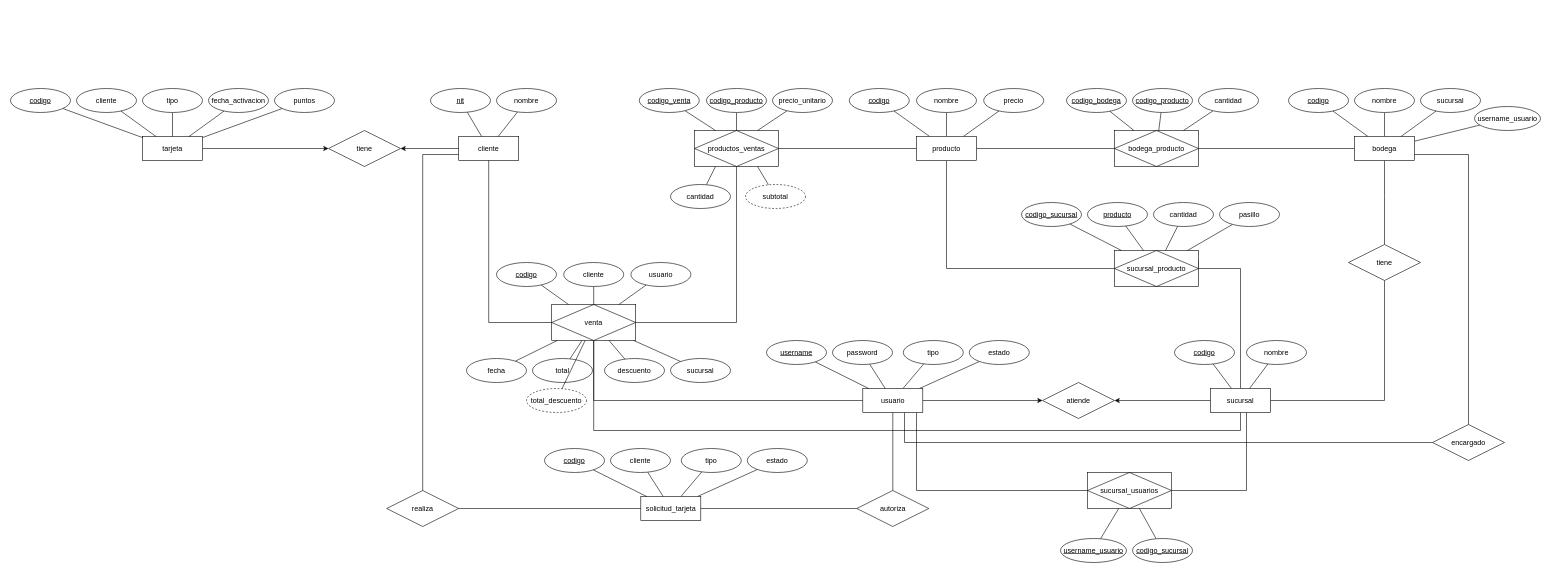
The draw.io diagram documentacion/ER GameProXela.drawio in luisbaquiax/GamerProXela, before the edit. Source tidied: cells renumbered, new cells numbered last; positions are measured from the earlier drawing's top-left corner, leaving out a move shared by most shapes. Both pictures are drawn from the tidied source at 60%, with x=0, y=0 at pixel (10, 88).
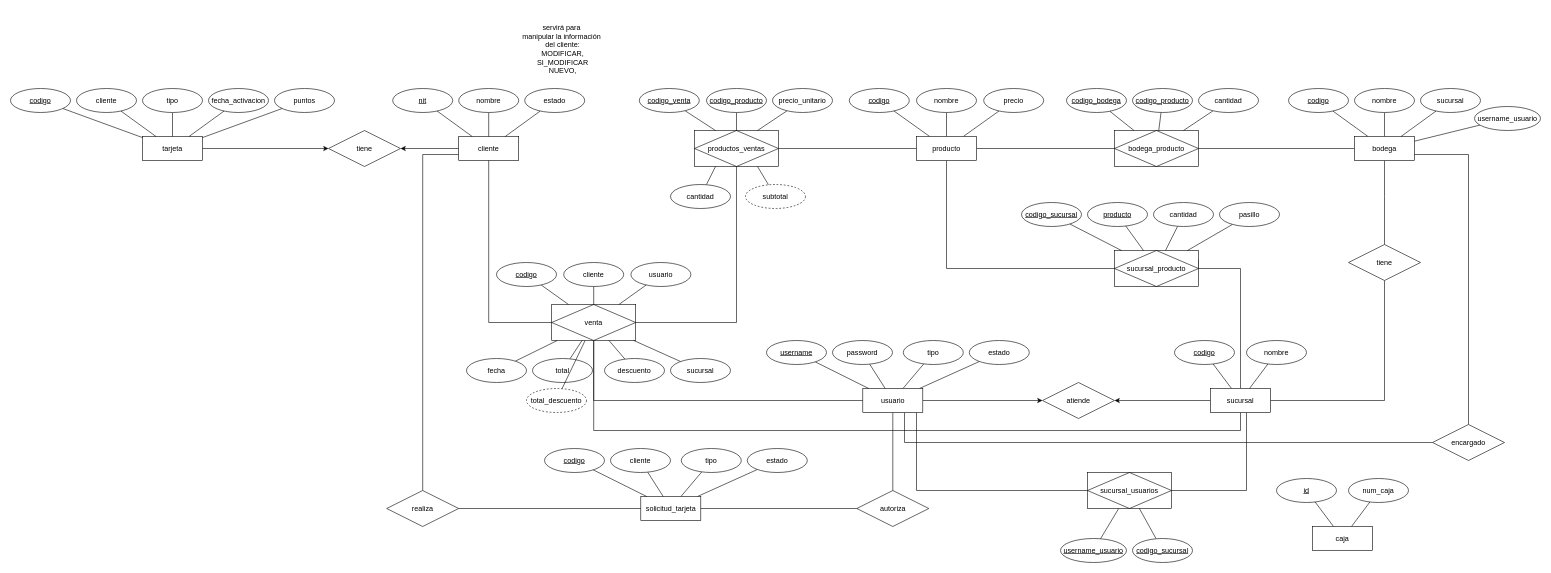
After the change.

The change refers to these unchanged cells:
```xml
<mxCell id="7" value="cliente" style="whiteSpace=wrap;html=1;align=center;" parent="1" vertex="1">
  <mxGeometry x="747" y="80" width="100" height="40" as="geometry" />
</mxCell>
```

What changed in the source:
```diff
@@
     <mxCell id="30" value="nit" style="ellipse;whiteSpace=wrap;html=1;align=center;fontStyle=4;" parent="1" vertex="1">
-      <mxGeometry x="700" width="100" height="40" as="geometry" />
+      <mxGeometry x="637" width="100" height="40" as="geometry" />
     </mxCell>
@@
     <mxCell id="32" value="nombre" style="ellipse;whiteSpace=wrap;html=1;align=center;" parent="1" vertex="1">
-      <mxGeometry x="810" width="100" height="40" as="geometry" />
+      <mxGeometry x="747" width="100" height="40" as="geometry" />
     </mxCell>
@@
+    <mxCell id="135" style="rounded=0;jettySize=auto;html=1;endArrow=none;endFill=0;" parent="1" edge="1" source="138" target="137">
+      <mxGeometry relative="1" as="geometry" />
+    </mxCell>
+    <mxCell id="136" style="rounded=0;jettySize=auto;html=1;endArrow=none;endFill=0;" parent="1" edge="1" source="139" target="137">
+      <mxGeometry relative="1" as="geometry" />
+    </mxCell>
+    <mxCell id="137" value="caja" style="whiteSpace=wrap;html=1;align=center;" parent="1" vertex="1">
+      <mxGeometry x="2170" y="730" width="100" height="40" as="geometry" />
+    </mxCell>
+    <mxCell id="138" value="id" style="ellipse;whiteSpace=wrap;html=1;align=center;fontStyle=4;" parent="1" vertex="1">
+      <mxGeometry x="2110" y="650" width="100" height="40" as="geometry" />
+    </mxCell>
+    <mxCell id="139" value="num_caja" style="ellipse;whiteSpace=wrap;html=1;align=center;" parent="1" vertex="1">
+      <mxGeometry x="2230" y="650" width="100" height="40" as="geometry" />
+    </mxCell>
+    <mxCell id="140" style="rounded=0;jettySize=auto;html=1;endArrow=none;endFill=0;" parent="1" edge="1" source="142" target="7">
+      <mxGeometry relative="1" as="geometry" />
+    </mxCell>
+    <mxCell id="141" style="group;" parent="1" vertex="1">
+      <mxGeometry x="845" y="-130" width="150" height="170" as="geometry" />
+    </mxCell>
+    <mxCell id="142" value="estado" style="ellipse;whiteSpace=wrap;html=1;align=center;" parent="141" vertex="1">
+      <mxGeometry x="12" y="130" width="100" height="40" as="geometry" />
+    </mxCell>
+    <mxCell id="143" value="servirá para&amp;nbsp;&lt;br&gt;manipular la información&amp;nbsp;&lt;br&gt;del cliente:&lt;br&gt;MODIFICAR,&lt;br&gt;SI_MODIFICAR&lt;br&gt;NUEVO,&lt;br&gt;" style="text;html=1;align=center;verticalAlign=middle;" parent="141" vertex="1">
+      <mxGeometry y="20" width="150" height="90" as="geometry" />
+    </mxCell>
```
